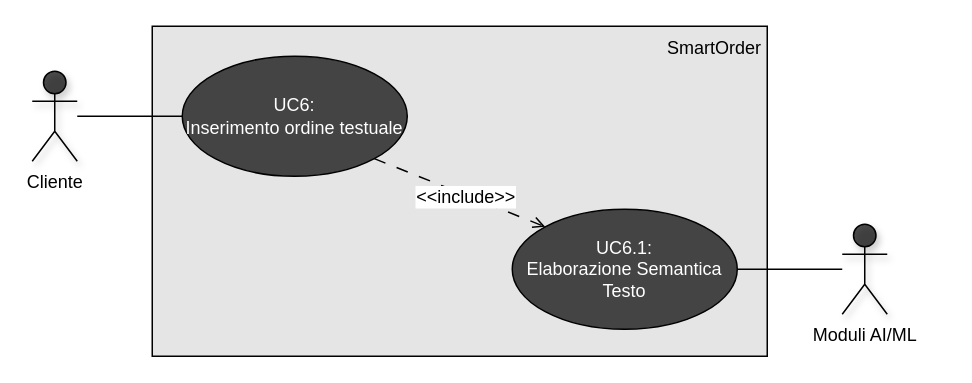
Before: page "UC6-Elab-Sem-Testo" (6 of 9) of src/assets/DrawIO/Use Case.drawio in swenightpro/Documentazione, a draw.io diagram. Source tidied: cells renumbered, new cells numbered last; positions are measured from the earlier drawing's top-left corner, leaving out a move shared by most shapes. Both pictures are drawn from the tidied source at 150%, with x=0, y=0 at pixel (32, 26).
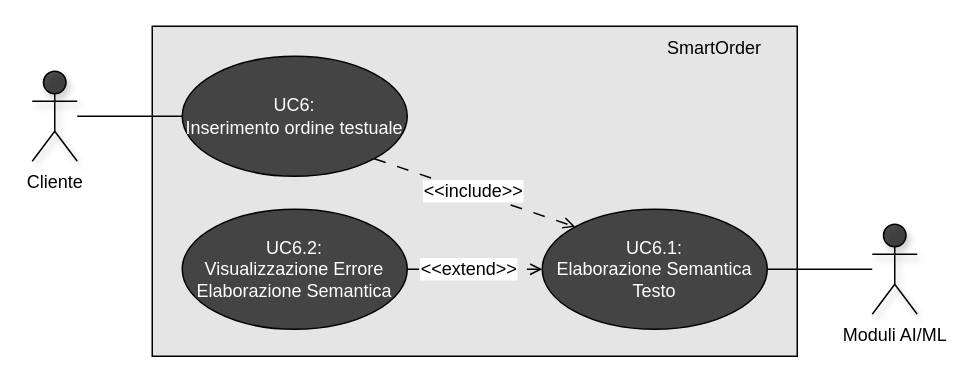
The same diagram, later.

Diff of the diagram source:
```diff
@@
 <mxGraphModel>
   <root>
     <mxCell id="0" />
     <mxCell id="1" parent="0" />
     <mxCell id="2" value="Cliente" style="shape=umlActor;verticalLabelPosition=bottom;verticalAlign=top;html=1;outlineConnect=0;gradientColor=light-dark(#FF4CFF,#FF70FF);fillColor=light-dark(#1100ff, #ededed);fillOpacity=70;shadow=1;" parent="1" vertex="1">
       <mxGeometry y="30" width="30" height="60" as="geometry" />
     </mxCell>
     <mxCell id="3" style="rounded=0;whiteSpace=wrap;html=1;strokeColor=default;align=center;verticalAlign=top;fontFamily=Helvetica;fontSize=12;fontColor=default;fillColor=light-dark(#1100ff, #ededed);gradientColor=light-dark(#FF4CFF,#FF70FF);fillOpacity=10;shadow=0;glass=0;" parent="1" vertex="1">
-      <mxGeometry x="80" width="410" height="220" as="geometry" />
+      <mxGeometry x="80" width="430" height="220" as="geometry" />
     </mxCell>
     <mxCell id="4" style="edgeStyle=orthogonalEdgeStyle;rounded=0;jettySize=auto;html=1;fontFamily=Helvetica;fontSize=12;fontColor=default;endArrow=none;endFill=0;" parent="1" edge="1" source="7" target="2">
       <mxGeometry relative="1" as="geometry" />
     </mxCell>
     <mxCell id="5" style="rounded=0;jettySize=auto;html=1;exitX=1;exitY=1;exitDx=0;exitDy=0;entryX=0;entryY=0;entryDx=0;entryDy=0;fontFamily=Helvetica;fontSize=12;fontColor=default;endArrow=open;endFill=0;dashed=1;dashPattern=8 8;" parent="1" edge="1" source="7" target="10">
       <mxGeometry relative="1" as="geometry" />
     </mxCell>
     <mxCell id="6" value="&amp;lt;&amp;lt;include&amp;gt;&amp;gt;" style="edgeLabel;html=1;align=center;verticalAlign=middle;shadow=1;strokeColor=default;fontFamily=Helvetica;fontSize=12;fontColor=default;fillColor=light-dark(#1100ff, #ededed);gradientColor=light-dark(#FF4CFF,#FF70FF);" parent="5" vertex="1">
-      <mxGeometry x="0.06" y="-1" relative="1" as="geometry" />
+      <mxGeometry x="0.06" y="-1" relative="1" as="geometry">
+        <mxPoint x="-5" y="-4" as="offset" />
+      </mxGeometry>
     </mxCell>
     <mxCell id="7" value="&lt;div&gt;&lt;div&gt;&lt;span style=&quot;color: light-dark(rgb(255, 255, 255), rgb(18, 18, 18)); background-color: transparent;&quot;&gt;UC6:&lt;/span&gt;&lt;/div&gt;&lt;div&gt;&lt;font style=&quot;color: rgb(255, 255, 255);&quot;&gt;Inserimento ordine testuale&lt;/font&gt;&lt;/div&gt;&lt;/div&gt;" style="ellipse;whiteSpace=wrap;html=1;strokeColor=default;align=center;verticalAlign=middle;fontFamily=Helvetica;fontSize=12;fontColor=default;fillColor=light-dark(#1100ff, #ededed);gradientColor=light-dark(#FF4CFF,#FF70FF);fillOpacity=70;shadow=0;portConstraint=none;" parent="1" vertex="1">
       <mxGeometry x="100" y="20" width="150" height="80" as="geometry" />
     </mxCell>
     <mxCell id="8" style="edgeStyle=orthogonalEdgeStyle;rounded=0;jettySize=auto;html=1;fontFamily=Helvetica;fontSize=12;fontColor=default;endArrow=none;endFill=0;" parent="1" edge="1" source="9" target="10">
       <mxGeometry relative="1" as="geometry" />
     </mxCell>
     <mxCell id="9" value="Moduli AI/ML" style="shape=umlActor;verticalLabelPosition=bottom;verticalAlign=top;html=1;outlineConnect=0;gradientColor=light-dark(#FF4CFF,#FF70FF);fillColor=light-dark(#1100ff, #ededed);fillOpacity=70;shadow=1;" parent="1" vertex="1">
-      <mxGeometry x="540" y="132" width="30" height="60" as="geometry" />
+      <mxGeometry x="560" y="132" width="30" height="60" as="geometry" />
     </mxCell>
+    <mxCell id="12" style="edgeStyle=orthogonalEdgeStyle;rounded=0;jettySize=auto;html=1;exitX=0;exitY=0.5;exitDx=0;exitDy=0;entryX=1;entryY=0.5;entryDx=0;entryDy=0;endArrow=none;endFill=0;startArrow=open;startFill=0;dashed=1;dashPattern=8 8;" parent="1" edge="1" source="10" target="14">
+      <mxGeometry relative="1" as="geometry" />
+    </mxCell>
+    <mxCell id="13" value="&lt;font style=&quot;font-size: 12px;&quot;&gt;&amp;lt;&amp;lt;extend&amp;gt;&amp;gt;&lt;/font&gt;" style="edgeLabel;html=1;align=center;verticalAlign=middle;" parent="12" vertex="1">
+      <mxGeometry x="0.02" relative="1" as="geometry">
+        <mxPoint x="-4" y="-1" as="offset" />
+      </mxGeometry>
+    </mxCell>
     <mxCell id="10" value="&lt;div&gt;&lt;div&gt;&lt;span style=&quot;color: light-dark(rgb(255, 255, 255), rgb(18, 18, 18)); background-color: transparent;&quot;&gt;UC6.1:&lt;/span&gt;&lt;/div&gt;&lt;div&gt;&lt;font style=&quot;color: rgb(255, 255, 255);&quot;&gt;Elaborazione Semantica Testo&lt;/font&gt;&lt;/div&gt;&lt;/div&gt;" style="ellipse;whiteSpace=wrap;html=1;strokeColor=default;align=center;verticalAlign=middle;fontFamily=Helvetica;fontSize=12;fontColor=default;fillColor=light-dark(#1100ff, #ededed);gradientColor=light-dark(#FF4CFF,#FF70FF);fillOpacity=70;shadow=0;portConstraint=none;" parent="1" vertex="1">
-      <mxGeometry x="320" y="122" width="150" height="80" as="geometry" />
+      <mxGeometry x="340" y="122" width="150" height="80" as="geometry" />
     </mxCell>
     <mxCell id="11" value="SmartOrder" style="text;html=1;whiteSpace=wrap;strokeColor=none;fillColor=none;align=center;verticalAlign=middle;rounded=0;" parent="1" vertex="1">
       <mxGeometry x="420" width="70" height="30" as="geometry" />
     </mxCell>
+    <mxCell id="14" value="&lt;div&gt;&lt;span style=&quot;color: light-dark(rgb(255, 255, 255), rgb(18, 18, 18)); background-color: transparent;&quot;&gt;UC6.2:&lt;/span&gt;&lt;/div&gt;&lt;div&gt;&lt;font color=&quot;#ffffff&quot;&gt;Visualizzazione Errore Elaborazione Semantica&lt;/font&gt;&lt;/div&gt;" style="ellipse;whiteSpace=wrap;html=1;strokeColor=default;align=center;verticalAlign=middle;fontFamily=Helvetica;fontSize=12;fontColor=default;fillColor=light-dark(#1100ff, #ededed);gradientColor=light-dark(#FF4CFF,#FF70FF);fillOpacity=70;shadow=0;portConstraint=none;" parent="1" vertex="1">
+      <mxGeometry x="100" y="122" width="150" height="80" as="geometry" />
+    </mxCell>
   </root>
 </mxGraphModel>
```
